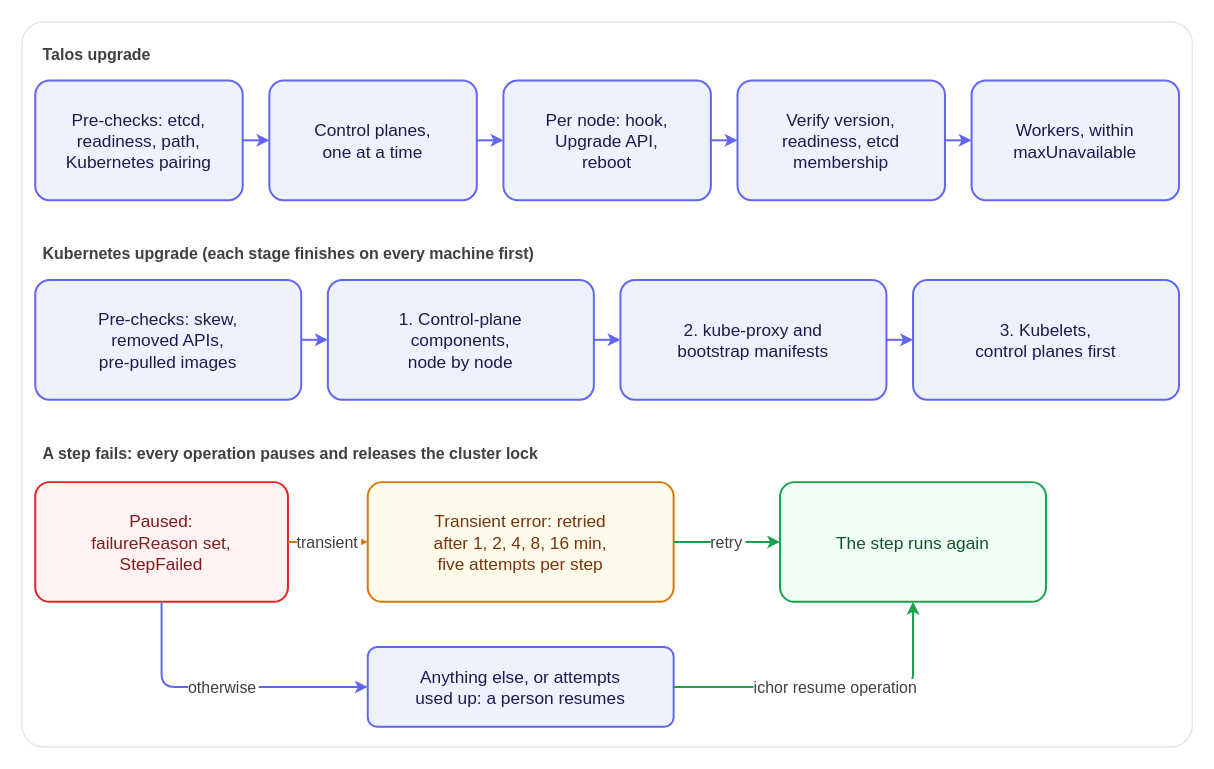
Earlier version of the draw.io diagram docs/images/upgrades.drawio (maeshinshin/ichor). Source tidied: cells renumbered, new cells numbered last; positions are measured from the earlier drawing's top-left corner, leaving out a move shared by most shapes. Both pictures are drawn from the tidied source at 133%, with x=0, y=0 at pixel (21, 21).
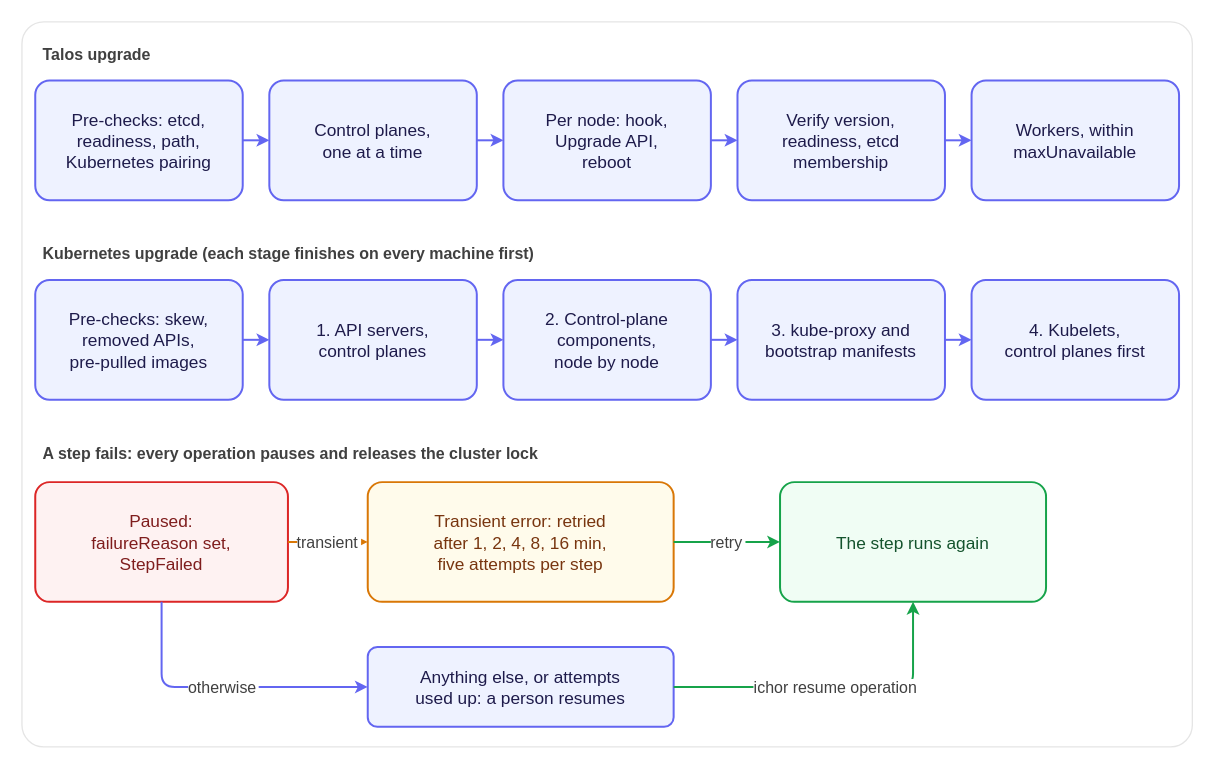
The same page after the edit.

Commit message (it also covers changes not shown here):
docs(upgrades): a Kubernetes upgrade has four stages

The edit, as a diff of the source:
```diff
@@
     <mxCell id="11" value="Pre-checks: skew,&#10;removed APIs,&#10;pre-pulled images" style="rounded=1;arcSize=12;fillColor=light-dark(#EEF2FF,#232553);strokeColor=light-dark(#6366F1,#818CF8);strokeWidth=1.5;fontColor=light-dark(#1E1B4B,#E0E7FF);fontFamily=Helvetica;fontSize=13;align=center;verticalAlign=middle;html=0;" parent="1" vertex="1">
-      <mxGeometry x="10" y="194" width="200" height="90" as="geometry" />
+      <mxGeometry x="10" y="194" width="156" height="90" as="geometry" />
     </mxCell>
+    <mxCell id="30" value="1. API servers,&#10;control planes" style="rounded=1;arcSize=12;fillColor=light-dark(#EEF2FF,#232553);strokeColor=light-dark(#6366F1,#818CF8);strokeWidth=1.5;fontColor=light-dark(#1E1B4B,#E0E7FF);fontFamily=Helvetica;fontSize=13;align=center;verticalAlign=middle;html=0;" parent="1" vertex="1">
+      <mxGeometry x="186" y="194" width="156" height="90" as="geometry" />
+    </mxCell>
-    <mxCell id="12" value="1. Control-plane&#10;components,&#10;node by node" style="rounded=1;arcSize=12;fillColor=light-dark(#EEF2FF,#232553);strokeColor=light-dark(#6366F1,#818CF8);strokeWidth=1.5;fontColor=light-dark(#1E1B4B,#E0E7FF);fontFamily=Helvetica;fontSize=13;align=center;verticalAlign=middle;html=0;" parent="1" vertex="1">
-      <mxGeometry x="230" y="194" width="200" height="90" as="geometry" />
+    <mxCell id="12" value="2. Control-plane&#10;components,&#10;node by node" style="rounded=1;arcSize=12;fillColor=light-dark(#EEF2FF,#232553);strokeColor=light-dark(#6366F1,#818CF8);strokeWidth=1.5;fontColor=light-dark(#1E1B4B,#E0E7FF);fontFamily=Helvetica;fontSize=13;align=center;verticalAlign=middle;html=0;" parent="1" vertex="1">
+      <mxGeometry x="362" y="194" width="156" height="90" as="geometry" />
     </mxCell>
-    <mxCell id="13" value="2. kube-proxy and&#10;bootstrap manifests" style="rounded=1;arcSize=12;fillColor=light-dark(#EEF2FF,#232553);strokeColor=light-dark(#6366F1,#818CF8);strokeWidth=1.5;fontColor=light-dark(#1E1B4B,#E0E7FF);fontFamily=Helvetica;fontSize=13;align=center;verticalAlign=middle;html=0;" parent="1" vertex="1">
-      <mxGeometry x="450" y="194" width="200" height="90" as="geometry" />
+    <mxCell id="13" value="3. kube-proxy and&#10;bootstrap manifests" style="rounded=1;arcSize=12;fillColor=light-dark(#EEF2FF,#232553);strokeColor=light-dark(#6366F1,#818CF8);strokeWidth=1.5;fontColor=light-dark(#1E1B4B,#E0E7FF);fontFamily=Helvetica;fontSize=13;align=center;verticalAlign=middle;html=0;" parent="1" vertex="1">
+      <mxGeometry x="538" y="194" width="156" height="90" as="geometry" />
     </mxCell>
-    <mxCell id="14" value="3. Kubelets,&#10;control planes first" style="rounded=1;arcSize=12;fillColor=light-dark(#EEF2FF,#232553);strokeColor=light-dark(#6366F1,#818CF8);strokeWidth=1.5;fontColor=light-dark(#1E1B4B,#E0E7FF);fontFamily=Helvetica;fontSize=13;align=center;verticalAlign=middle;html=0;" parent="1" vertex="1">
-      <mxGeometry x="670" y="194" width="200" height="90" as="geometry" />
+    <mxCell id="14" value="4. Kubelets,&#10;control planes first" style="rounded=1;arcSize=12;fillColor=light-dark(#EEF2FF,#232553);strokeColor=light-dark(#6366F1,#818CF8);strokeWidth=1.5;fontColor=light-dark(#1E1B4B,#E0E7FF);fontFamily=Helvetica;fontSize=13;align=center;verticalAlign=middle;html=0;" parent="1" vertex="1">
+      <mxGeometry x="714" y="194" width="156" height="90" as="geometry" />
     </mxCell>
@@
-    <mxCell id="23" style="edgeStyle=orthogonalEdgeStyle;rounded=1;jettySize=auto;strokeColor=light-dark(#6366F1,#818CF8);strokeWidth=1.5;endArrow=classic;endFill=1;endSize=5;startArrow=none;startFill=1;startSize=5;fontColor=light-dark(#404040,#D4D4D4);fontFamily=Helvetica;fontSize=12;labelBackgroundColor=light-dark(#FFFFFF,#0A0A0A);exitX=1;exitY=0.5;exitDx=0;exitDy=0;entryX=0;entryY=0.5;entryDx=0;entryDy=0;html=0;" parent="1" edge="1" source="11" target="12">
+    <mxCell id="23" style="edgeStyle=orthogonalEdgeStyle;rounded=1;jettySize=auto;strokeColor=light-dark(#6366F1,#818CF8);strokeWidth=1.5;endArrow=classic;endFill=1;endSize=5;startArrow=none;startFill=1;startSize=5;fontColor=light-dark(#404040,#D4D4D4);fontFamily=Helvetica;fontSize=12;labelBackgroundColor=light-dark(#FFFFFF,#0A0A0A);exitX=1;exitY=0.5;exitDx=0;exitDy=0;entryX=0;entryY=0.5;entryDx=0;entryDy=0;html=0;" parent="1" edge="1" source="11" target="30">
       <mxGeometry relative="1" as="geometry" />
     </mxCell>
+    <mxCell id="31" style="edgeStyle=orthogonalEdgeStyle;rounded=1;jettySize=auto;strokeColor=light-dark(#6366F1,#818CF8);strokeWidth=1.5;endArrow=classic;endFill=1;endSize=5;startArrow=none;startFill=1;startSize=5;fontColor=light-dark(#404040,#D4D4D4);fontFamily=Helvetica;fontSize=12;labelBackgroundColor=light-dark(#FFFFFF,#0A0A0A);exitX=1;exitY=0.5;exitDx=0;exitDy=0;entryX=0;entryY=0.5;entryDx=0;entryDy=0;html=0;" parent="1" edge="1" source="30" target="12">
+      <mxGeometry relative="1" as="geometry" />
+    </mxCell>
```
